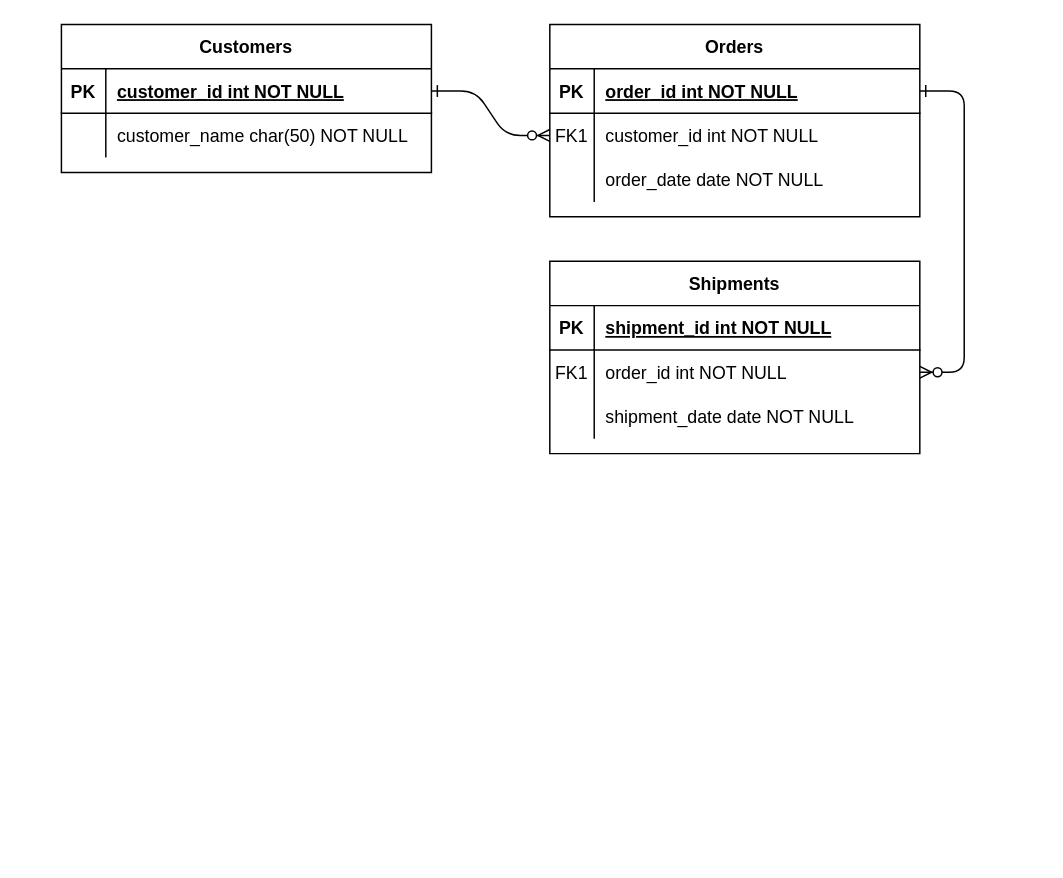
Before: page "Page-1" (1 of 2) of Untitled Diagram.drawio in Talthunayan/BiggerProjectAPI, a draw.io diagram. Source tidied: cells renumbered, new cells numbered last; positions are measured from the earlier drawing's top-left corner, leaving out a move shared by most shapes. Both pictures are drawn from the tidied source at 148%, with x=0, y=0 at pixel (61, 24).
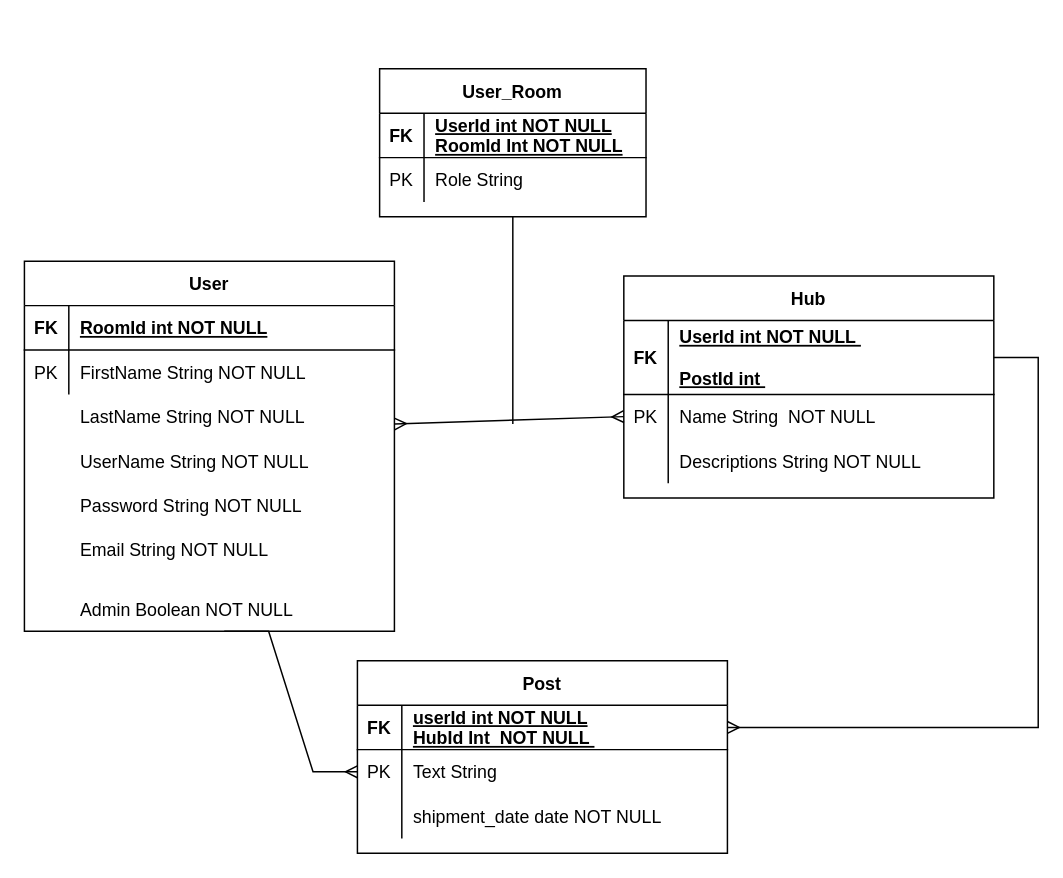
After the change.

The change refers to these unchanged cells:
```xml
<mxCell id="15" style="shape=partialRectangle;fillColor=none;points=[[0,0.5],[1,0.5]];portConstraint=eastwest;top=0;left=0;right=0;bottom=1;" parent="14" vertex="1">
  <mxGeometry y="30" width="250" height="30" as="geometry" />
</mxCell>
<mxCell id="18" style="shape=partialRectangle;fillColor=none;points=[[0,0.5],[1,0.5]];portConstraint=eastwest;top=0;left=0;right=0;bottom=0;" parent="14" vertex="1">
  <mxGeometry y="60" width="250" height="30" as="geometry" />
</mxCell>
<mxCell id="25" style="shape=partialRectangle;fillColor=none;points=[[0,0.5],[1,0.5]];portConstraint=eastwest;top=0;left=0;right=0;bottom=1;" parent="24" vertex="1">
  <mxGeometry y="30" width="250" height="30" as="geometry" />
</mxCell>
<mxCell id="28" style="shape=partialRectangle;fillColor=none;top=0;left=0;right=0;bottom=0;" parent="24" vertex="1">
  <mxGeometry y="60" width="250" height="30" as="geometry" />
</mxCell>
```

Diff of the diagram source:
```diff
@@
-    <mxCell id="2" style="edgeStyle=entityRelationEdgeStyle;endArrow=ERzeroToMany;startArrow=ERone;endFill=1;startFill=0;" parent="1" edge="1" source="25" target="8">
-      <mxGeometry relative="1" as="geometry" />
-    </mxCell>
-    <mxCell id="3" style="edgeStyle=entityRelationEdgeStyle;endArrow=ERzeroToMany;startArrow=ERone;endFill=1;startFill=0;" parent="1" edge="1" source="5" target="18">
+    <mxCell id="3" style="edgeStyle=entityRelationEdgeStyle;endArrow=ERmany;startArrow=none;endFill=0;startFill=0;entryX=1;entryY=0.5;entryDx=0;entryDy=0;rounded=0;" parent="1" edge="1" source="5" target="15">
       <mxGeometry relative="1" as="geometry" />
     </mxCell>
-    <mxCell id="4" value="Orders" style="shape=table;startSize=30;childLayout=tableLayout;rowLines=0;fontStyle=1;align=center;" parent="1" vertex="1">
-      <mxGeometry x="330" width="250" height="130" as="geometry" />
+    <mxCell id="4" value="Hub" style="shape=table;startSize=30;childLayout=tableLayout;rowLines=0;fontStyle=1;align=center;" parent="1" vertex="1">
+      <mxGeometry x="380" y="170" width="250" height="150" as="geometry" />
     </mxCell>
     <mxCell id="5" style="shape=partialRectangle;fillColor=none;points=[[0,0.5],[1,0.5]];portConstraint=eastwest;top=0;left=0;right=0;bottom=1;" parent="4" vertex="1">
-      <mxGeometry y="30" width="250" height="30" as="geometry" />
+      <mxGeometry y="30" width="250" height="50" as="geometry" />
     </mxCell>
-    <mxCell id="6" value="PK" style="shape=partialRectangle;overflow=hidden;fillColor=none;top=0;left=0;bottom=0;right=0;fontStyle=1;" parent="5" vertex="1">
-      <mxGeometry width="30" height="30" as="geometry" />
+    <mxCell id="6" value="FK" style="shape=partialRectangle;overflow=hidden;fillColor=none;top=0;left=0;bottom=0;right=0;fontStyle=1;" parent="5" vertex="1">
+      <mxGeometry width="30" height="50" as="geometry" />
     </mxCell>
-    <mxCell id="7" value="order_id int NOT NULL " style="shape=partialRectangle;overflow=hidden;fillColor=none;top=0;left=0;bottom=0;right=0;align=left;spacingLeft=6;fontStyle=5;" parent="5" vertex="1">
-      <mxGeometry x="30" width="220" height="30" as="geometry" />
+    <mxCell id="7" value="UserId int NOT NULL &#10;&#10;PostId int " style="shape=partialRectangle;overflow=hidden;fillColor=none;top=0;left=0;bottom=0;right=0;align=left;spacingLeft=6;fontStyle=5;" parent="5" vertex="1">
+      <mxGeometry x="30" width="220" height="50" as="geometry" />
     </mxCell>
     <mxCell id="8" style="shape=partialRectangle;fillColor=none;points=[[0,0.5],[1,0.5]];portConstraint=eastwest;top=0;left=0;right=0;bottom=0;" parent="4" vertex="1">
-      <mxGeometry y="60" width="250" height="30" as="geometry" />
+      <mxGeometry y="80" width="250" height="30" as="geometry" />
     </mxCell>
-    <mxCell id="9" value="FK1" style="shape=partialRectangle;overflow=hidden;fillColor=none;top=0;left=0;bottom=0;right=0;" parent="8" vertex="1">
+    <mxCell id="9" value="PK" style="shape=partialRectangle;overflow=hidden;fillColor=none;top=0;left=0;bottom=0;right=0;" parent="8" vertex="1">
       <mxGeometry width="30" height="30" as="geometry" />
     </mxCell>
-    <mxCell id="10" value="customer_id int NOT NULL" style="shape=partialRectangle;overflow=hidden;fillColor=none;top=0;left=0;bottom=0;right=0;align=left;spacingLeft=6;" parent="8" vertex="1">
+    <mxCell id="10" value="Name String  NOT NULL " style="shape=partialRectangle;overflow=hidden;fillColor=none;top=0;left=0;bottom=0;right=0;align=left;spacingLeft=6;" parent="8" vertex="1">
       <mxGeometry x="30" width="220" height="30" as="geometry" />
     </mxCell>
     <mxCell id="11" style="shape=partialRectangle;fillColor=none;top=0;left=0;right=0;bottom=0;" parent="4" vertex="1">
-      <mxGeometry y="90" width="250" height="30" as="geometry" />
+      <mxGeometry y="110" width="250" height="30" as="geometry" />
     </mxCell>
@@
-    <mxCell id="13" value="order_date date NOT NULL" style="shape=partialRectangle;overflow=hidden;fillColor=none;top=0;left=0;bottom=0;right=0;align=left;spacingLeft=6;" parent="11" vertex="1">
+    <mxCell id="13" value="Descriptions String NOT NULL " style="shape=partialRectangle;overflow=hidden;fillColor=none;top=0;left=0;bottom=0;right=0;align=left;spacingLeft=6;" parent="11" vertex="1">
       <mxGeometry x="30" width="220" height="30" as="geometry" />
     </mxCell>
-    <mxCell id="14" value="Shipments" style="shape=table;startSize=30;childLayout=tableLayout;rowLines=0;fontStyle=1;align=center;" parent="1" vertex="1">
-      <mxGeometry x="330" y="160" width="250" height="130" as="geometry" />
+    <mxCell id="14" value="Post" style="shape=table;startSize=30;childLayout=tableLayout;rowLines=0;fontStyle=1;align=center;" parent="1" vertex="1">
+      <mxGeometry x="200" y="430" width="250" height="130" as="geometry" />
     </mxCell>
@@
-    <mxCell id="16" value="PK" style="shape=partialRectangle;overflow=hidden;fillColor=none;top=0;left=0;bottom=0;right=0;fontStyle=1;" parent="15" vertex="1">
+    <mxCell id="16" value="FK" style="shape=partialRectangle;overflow=hidden;fillColor=none;top=0;left=0;bottom=0;right=0;fontStyle=1;" parent="15" vertex="1">
       <mxGeometry width="30" height="30" as="geometry" />
     </mxCell>
-    <mxCell id="17" value="shipment_id int NOT NULL " style="shape=partialRectangle;overflow=hidden;fillColor=none;top=0;left=0;bottom=0;right=0;align=left;spacingLeft=6;fontStyle=5;" parent="15" vertex="1">
+    <mxCell id="17" value="userId int NOT NULL&#10;HubId Int  NOT NULL " style="shape=partialRectangle;overflow=hidden;fillColor=none;top=0;left=0;bottom=0;right=0;align=left;spacingLeft=6;fontStyle=5;" parent="15" vertex="1">
       <mxGeometry x="30" width="220" height="30" as="geometry" />
     </mxCell>
@@
-    <mxCell id="19" value="FK1" style="shape=partialRectangle;overflow=hidden;fillColor=none;top=0;left=0;bottom=0;right=0;" parent="18" vertex="1">
+    <mxCell id="19" value="PK" style="shape=partialRectangle;overflow=hidden;fillColor=none;top=0;left=0;bottom=0;right=0;" parent="18" vertex="1">
       <mxGeometry width="30" height="30" as="geometry" />
     </mxCell>
-    <mxCell id="20" value="order_id int NOT NULL" style="shape=partialRectangle;overflow=hidden;fillColor=none;top=0;left=0;bottom=0;right=0;align=left;spacingLeft=6;" parent="18" vertex="1">
+    <mxCell id="20" value="Text String " style="shape=partialRectangle;overflow=hidden;fillColor=none;top=0;left=0;bottom=0;right=0;align=left;spacingLeft=6;" parent="18" vertex="1">
       <mxGeometry x="30" width="220" height="30" as="geometry" />
     </mxCell>
@@
-    <mxCell id="24" value="Customers" style="shape=table;startSize=30;childLayout=tableLayout;rowLines=0;fontStyle=1;align=center;" parent="1" vertex="1">
-      <mxGeometry width="250" height="100" as="geometry" />
+    <mxCell id="24" value="User" style="shape=table;startSize=30;childLayout=tableLayout;rowLines=0;fontStyle=1;align=center;" parent="1" vertex="1">
+      <mxGeometry x="-25" y="160" width="250" height="250" as="geometry" />
     </mxCell>
@@
-    <mxCell id="26" value="PK" style="shape=partialRectangle;overflow=hidden;fillColor=none;top=0;left=0;bottom=0;right=0;fontStyle=1;" parent="25" vertex="1">
+    <mxCell id="26" value="FK" style="shape=partialRectangle;overflow=hidden;fillColor=none;top=0;left=0;bottom=0;right=0;fontStyle=1;" parent="25" vertex="1">
       <mxGeometry width="30" height="30" as="geometry" />
     </mxCell>
-    <mxCell id="27" value="customer_id int NOT NULL " style="shape=partialRectangle;overflow=hidden;fillColor=none;top=0;left=0;bottom=0;right=0;align=left;spacingLeft=6;fontStyle=5;" parent="25" vertex="1">
+    <mxCell id="27" value="RoomId int NOT NULL" style="shape=partialRectangle;overflow=hidden;fillColor=none;top=0;left=0;bottom=0;right=0;align=left;spacingLeft=6;fontStyle=5;" parent="25" vertex="1">
       <mxGeometry x="30" width="220" height="30" as="geometry" />
     </mxCell>
@@
-    <mxCell id="29" style="shape=partialRectangle;overflow=hidden;fillColor=none;top=0;left=0;bottom=0;right=0;" parent="28" vertex="1">
+    <mxCell id="29" value="PK" style="shape=partialRectangle;overflow=hidden;fillColor=none;top=0;left=0;bottom=0;right=0;" parent="28" vertex="1">
       <mxGeometry width="30" height="30" as="geometry" />
     </mxCell>
-    <mxCell id="30" value="customer_name char(50) NOT NULL" style="shape=partialRectangle;overflow=hidden;fillColor=none;top=0;left=0;bottom=0;right=0;align=left;spacingLeft=6;" parent="28" vertex="1">
+    <mxCell id="30" value="FirstName String NOT NULL" style="shape=partialRectangle;overflow=hidden;fillColor=none;top=0;left=0;bottom=0;right=0;align=left;spacingLeft=6;" parent="28" vertex="1">
       <mxGeometry x="30" width="220" height="30" as="geometry" />
     </mxCell>
+    <mxCell id="31" style="endArrow=ERmany;startArrow=ERmany;html=1;entryX=0;entryY=0.5;entryDx=0;entryDy=0;endFill=0;startFill=0;" parent="1" edge="1" target="8">
+      <mxGeometry relative="1" as="geometry">
+        <mxPoint x="225" y="270" as="sourcePoint" />
+      </mxGeometry>
+    </mxCell>
+    <mxCell id="32" value="LastName String NOT NULL" style="shape=partialRectangle;overflow=hidden;fillColor=none;top=0;left=0;bottom=0;right=0;align=left;spacingLeft=6;" parent="1" vertex="1">
+      <mxGeometry x="5" y="250" width="220" height="30" as="geometry" />
+    </mxCell>
+    <mxCell id="33" value="UserName String NOT NULL" style="shape=partialRectangle;overflow=hidden;fillColor=none;top=0;left=0;bottom=0;right=0;align=left;spacingLeft=6;" parent="1" vertex="1">
+      <mxGeometry x="5" y="280" width="220" height="30" as="geometry" />
+    </mxCell>
+    <mxCell id="34" value="Password String NOT NULL" style="shape=partialRectangle;overflow=hidden;fillColor=none;top=0;left=0;bottom=0;right=0;align=left;spacingLeft=6;" parent="1" vertex="1">
+      <mxGeometry x="5" y="310" width="220" height="30" as="geometry" />
+    </mxCell>
+    <mxCell id="35" value="Email String NOT NULL" style="shape=partialRectangle;overflow=hidden;fillColor=none;top=0;left=0;bottom=0;right=0;align=left;spacingLeft=6;" parent="1" vertex="1">
+      <mxGeometry x="5" y="340" width="220" height="30" as="geometry" />
+    </mxCell>
+    <mxCell id="36" value="Admin Boolean NOT NULL" style="shape=partialRectangle;overflow=hidden;fillColor=none;top=0;left=0;bottom=0;right=0;align=left;spacingLeft=6;" parent="1" vertex="1">
+      <mxGeometry x="5" y="380" width="220" height="30" as="geometry" />
+    </mxCell>
+    <mxCell id="37" value="User_Room" style="shape=table;startSize=30;childLayout=tableLayout;rowLines=0;fontStyle=1;align=center;" parent="1" vertex="1">
+      <mxGeometry x="215" y="30" width="180" height="100" as="geometry" />
+    </mxCell>
+    <mxCell id="38" style="shape=partialRectangle;fillColor=none;top=0;left=0;bottom=1;right=0;" parent="37" vertex="1">
+      <mxGeometry y="30" width="180" height="30" as="geometry" />
+    </mxCell>
+    <mxCell id="39" value="FK" style="shape=partialRectangle;fillColor=none;top=0;left=0;bottom=0;right=0;fontStyle=1;overflow=hidden;" parent="38" vertex="1">
+      <mxGeometry width="30" height="30" as="geometry" />
+    </mxCell>
+    <mxCell id="40" value="UserId int NOT NULL&#10;RoomId Int NOT NULL" style="shape=partialRectangle;fillColor=none;top=0;left=0;bottom=0;right=0;align=left;spacingLeft=6;fontStyle=5;overflow=hidden;" parent="38" vertex="1">
+      <mxGeometry x="30" width="150" height="30" as="geometry" />
+    </mxCell>
+    <mxCell id="41" style="shape=partialRectangle;fillColor=none;top=0;left=0;bottom=0;right=0;" parent="37" vertex="1">
+      <mxGeometry y="60" width="180" height="30" as="geometry" />
+    </mxCell>
+    <mxCell id="42" value="PK" style="shape=partialRectangle;fillColor=none;top=0;left=0;bottom=0;right=0;overflow=hidden;" parent="41" vertex="1">
+      <mxGeometry width="30" height="30" as="geometry" />
+    </mxCell>
+    <mxCell id="43" value="Role String " style="shape=partialRectangle;fillColor=none;top=0;left=0;bottom=0;right=0;align=left;spacingLeft=6;overflow=hidden;" parent="41" vertex="1">
+      <mxGeometry x="30" width="150" height="30" as="geometry" />
+    </mxCell>
+    <mxCell id="44" style="endArrow=none;html=1;strokeColor=#000000;entryX=0.5;entryY=1;entryDx=0;entryDy=0;" parent="1" edge="1" target="37">
+      <mxGeometry relative="1" as="geometry">
+        <mxPoint x="305" y="270" as="sourcePoint" />
+      </mxGeometry>
+    </mxCell>
+    <mxCell id="45" style="edgeStyle=entityRelationEdgeStyle;endArrow=ERmany;startArrow=none;endFill=0;startFill=0;rounded=0;" parent="1" edge="1" target="18">
+      <mxGeometry relative="1" as="geometry">
+        <mxPoint x="110" y="410" as="sourcePoint" />
+      </mxGeometry>
+    </mxCell>
```
